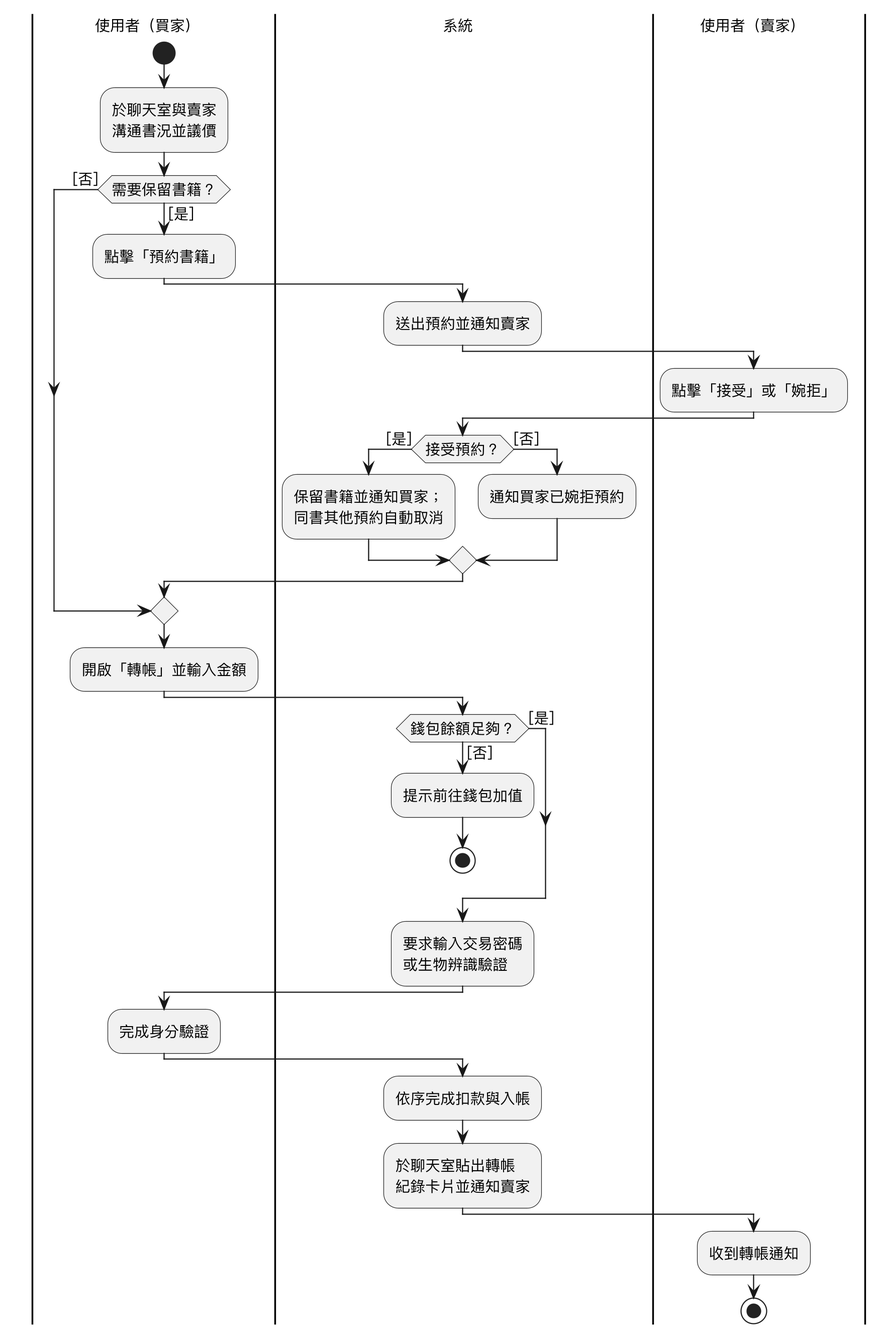
The PlantUML diagram Diagrams/Activity diagram/v3/uc09.png in SaveMyBook/SaveMyBook, before a commit.
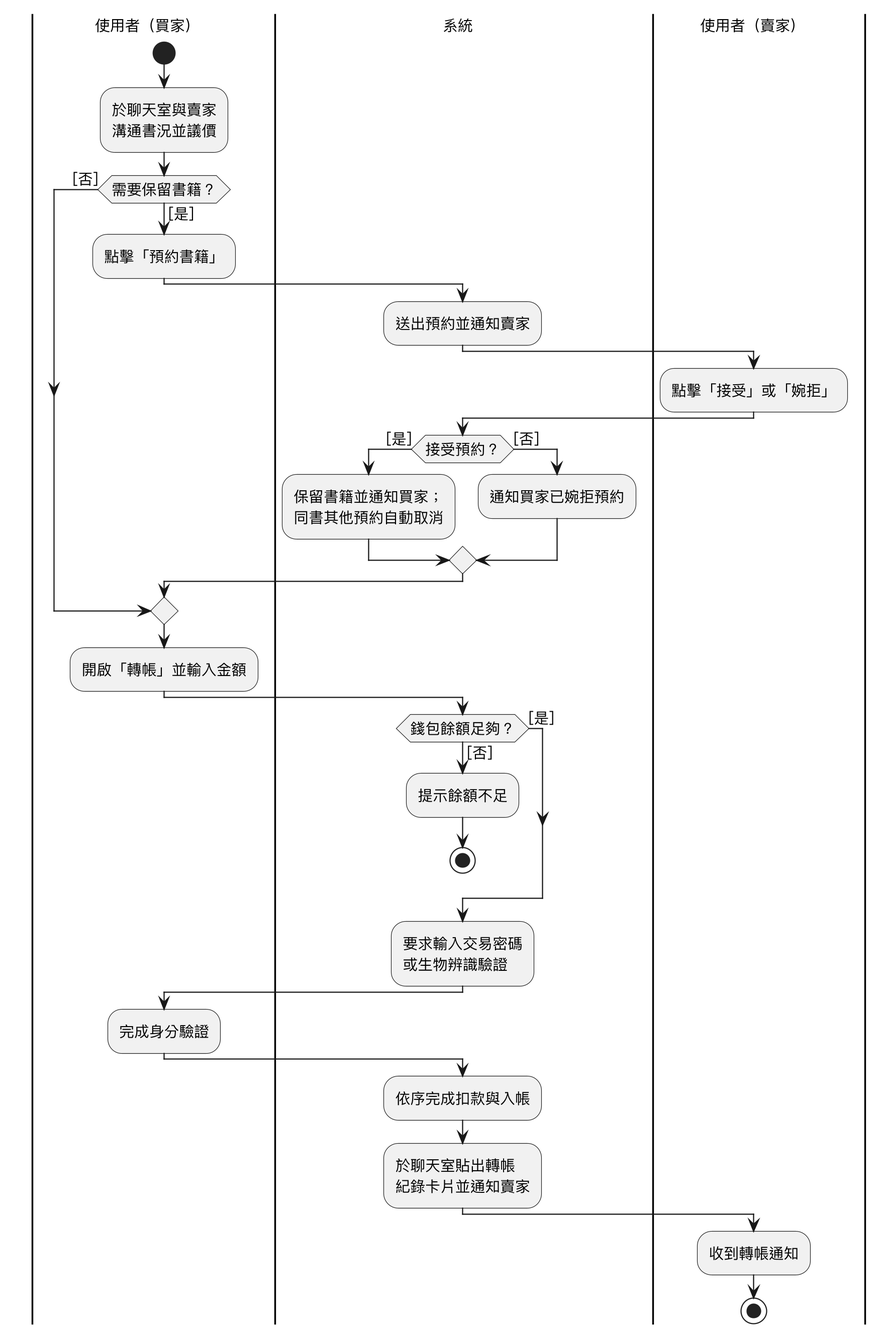
Later version of the same file.

What changed in the source:
```diff
@@ -26,7 +26,7 @@
 :開啟「轉帳」並輸入金額;
 |系統|
 if (錢包餘額足夠？) then ([否])
-  :提示前往錢包加值;
+  :提示餘額不足;
   stop
 else ([是])
 endif
```
